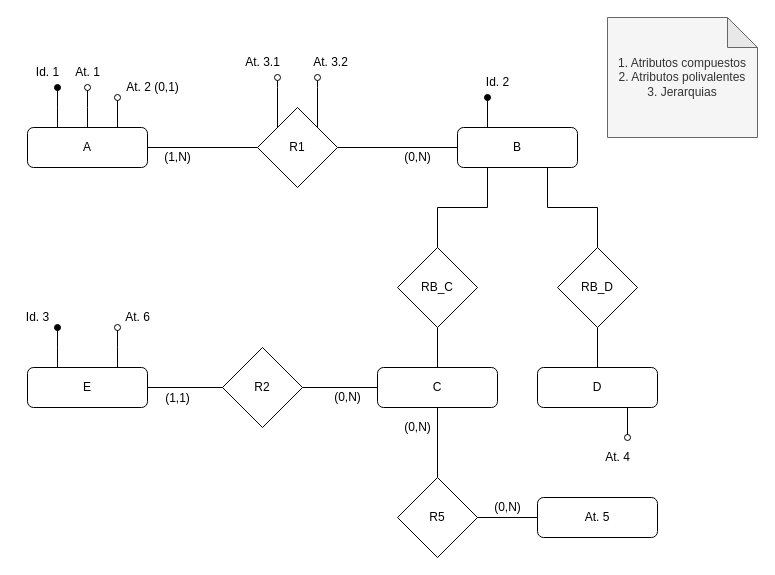
Earlier version of the draw.io diagram BD/Untitled Diagram.drawio (sergiocld99/unlp-tramo-final). Source tidied: cells renumbered, new cells numbered last; positions are measured from the earlier drawing's top-left corner, leaving out a move shared by most shapes. Both pictures are drawn from the tidied source at 100%, with x=0, y=0 at pixel (17, 17).
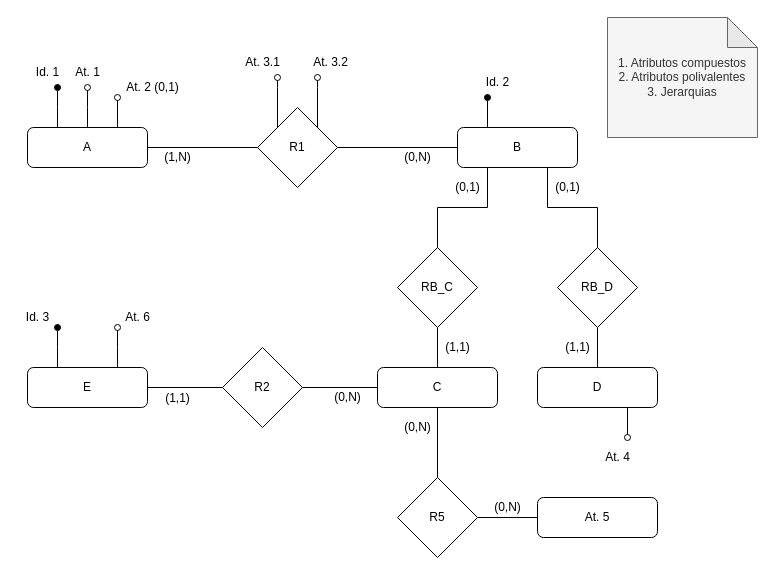
The same diagram, later.

Change to the diagram source:
```diff
@@
+    <mxCell id="48" value="(0,1)" style="text;html=1;align=center;verticalAlign=middle;strokeColor=none;fillColor=none;" parent="1" vertex="1">
+      <mxGeometry x="430" y="160" width="40" height="20" as="geometry" />
+    </mxCell>
+    <mxCell id="49" value="(0,1)" style="text;html=1;align=center;verticalAlign=middle;strokeColor=none;fillColor=none;" parent="1" vertex="1">
+      <mxGeometry x="530" y="160" width="40" height="20" as="geometry" />
+    </mxCell>
+    <mxCell id="50" value="(1,1)" style="text;html=1;align=center;verticalAlign=middle;strokeColor=none;fillColor=none;" parent="1" vertex="1">
+      <mxGeometry x="420" y="320" width="40" height="20" as="geometry" />
+    </mxCell>
+    <mxCell id="51" value="(1,1)" style="text;html=1;align=center;verticalAlign=middle;strokeColor=none;fillColor=none;" parent="1" vertex="1">
+      <mxGeometry x="540" y="320" width="40" height="20" as="geometry" />
+    </mxCell>
```
